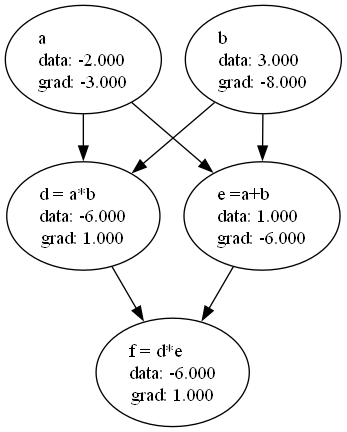
Before: graph.png, a diagram exported from Graphviz (contextua1/safegrad). Its source is kept beside it as graph.dot.
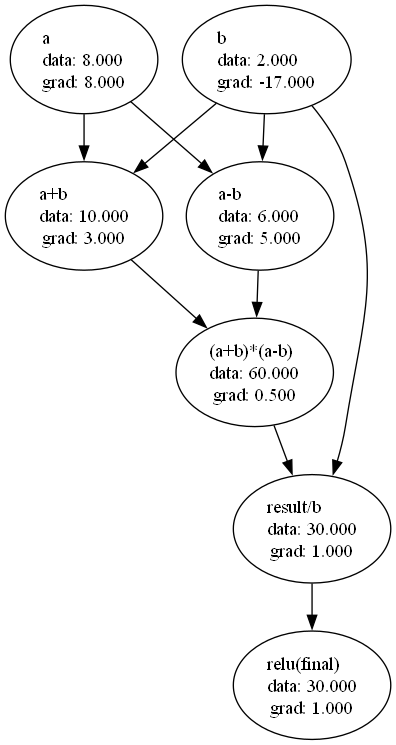
Later version of the same file.

Commit message:
added relu, subtraction, division, tests..

Diff of the diagram source:
```diff
@@ -1,13 +1,18 @@
 digraph {
-    0 [ label = "f = d*e\ldata: -6.000\lgrad: 1.000" ]
-    1 [ label = "d = a*b\ldata: -6.000\lgrad: 1.000" ]
-    2 [ label = "a\ldata: -2.000\lgrad: -3.000" ]
-    3 [ label = "b\ldata: 3.000\lgrad: -8.000" ]
-    4 [ label = "e =a+b\ldata: 1.000\lgrad: -6.000" ]
+    0 [ label = "relu(final)\ldata: 30.000\lgrad: 1.000" ]
+    1 [ label = "result/b\ldata: 30.000\lgrad: 1.000" ]
+    2 [ label = "(a+b)*(a-b)\ldata: 60.000\lgrad: 0.500" ]
+    3 [ label = "a+b\ldata: 10.000\lgrad: 3.000" ]
+    4 [ label = "a\ldata: 8.000\lgrad: 8.000" ]
+    5 [ label = "b\ldata: 2.000\lgrad: -17.000" ]
+    6 [ label = "a-b\ldata: 6.000\lgrad: 5.000" ]
+    4 -> 3 [ ]
+    5 -> 3 [ ]
+    3 -> 2 [ ]
+    4 -> 6 [ ]
+    5 -> 6 [ ]
+    6 -> 2 [ ]
     2 -> 1 [ ]
-    3 -> 1 [ ]
+    5 -> 1 [ ]
     1 -> 0 [ ]
-    2 -> 4 [ ]
-    3 -> 4 [ ]
-    4 -> 0 [ ]
 }
```
